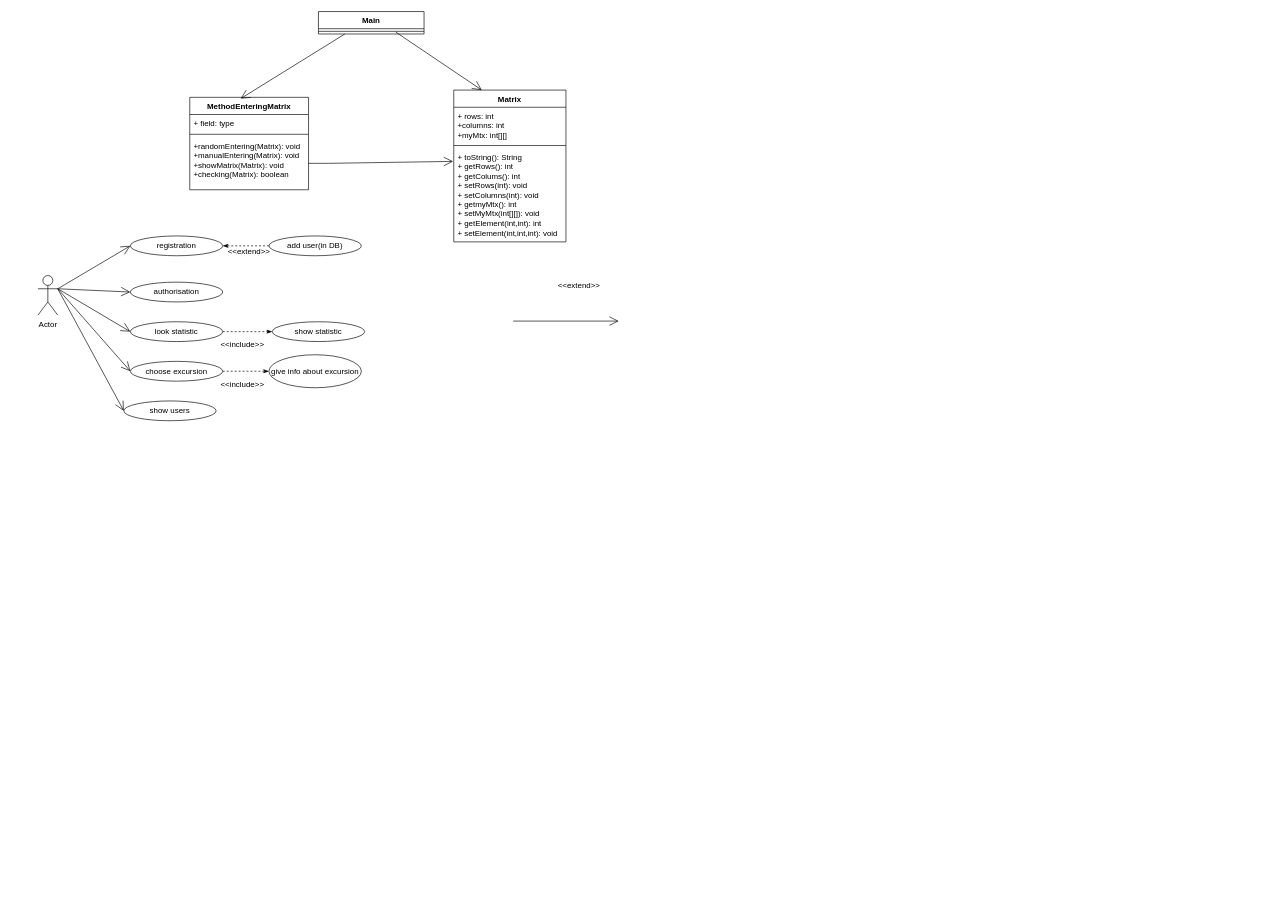
This is Untitled Diagram2.drawio from IraHiltunen/git-demo, a draw.io file, before an edit. Source tidied: cells renumbered, new cells numbered last; positions are measured from the earlier drawing's top-left corner, leaving out a move shared by most shapes. Both pictures are drawn from the tidied source at 66%, with x=0, y=0 at pixel (38, 11).
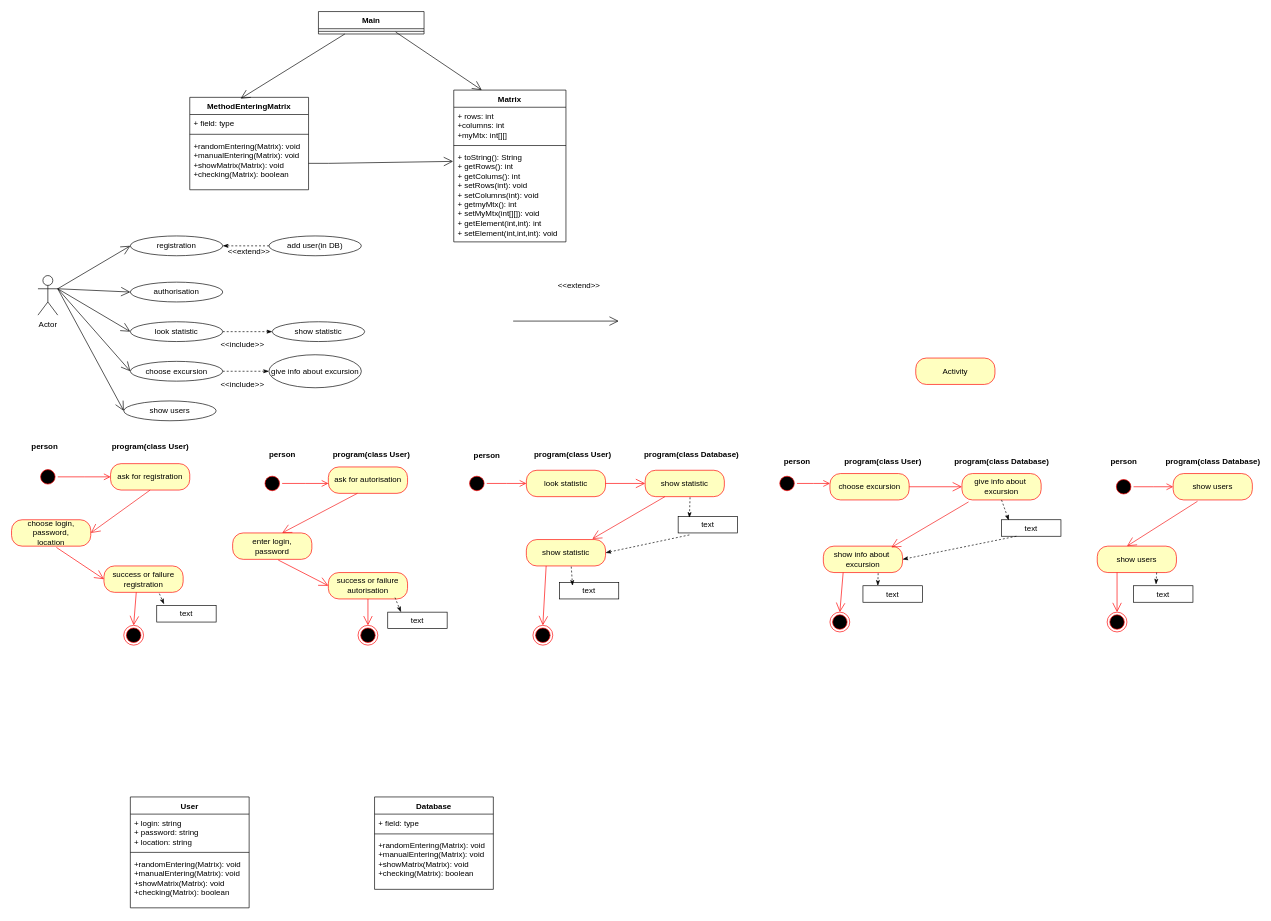
The same diagram, later.

Change to the diagram source:
```diff
@@
+    <mxCell id="37" style="ellipse;html=1;shape=startState;fillColor=#000000;strokeColor=#ff0000;" parent="1" vertex="1">
+      <mxGeometry y="690" width="30" height="30" as="geometry" />
+    </mxCell>
+    <mxCell id="38" value="ask for registration" style="rounded=1;whiteSpace=wrap;html=1;arcSize=40;fontColor=#000000;fillColor=#ffffc0;strokeColor=#ff0000;" parent="1" vertex="1">
+      <mxGeometry x="110" y="685" width="120" height="40" as="geometry" />
+    </mxCell>
+    <mxCell id="39" value="Activity" style="rounded=1;whiteSpace=wrap;html=1;arcSize=40;fontColor=#000000;fillColor=#ffffc0;strokeColor=#ff0000;" parent="1" vertex="1">
+      <mxGeometry x="1330" y="525" width="120" height="40" as="geometry" />
+    </mxCell>
+    <mxCell id="40" style="edgeStyle=orthogonalEdgeStyle;html=1;verticalAlign=bottom;endArrow=open;endSize=8;strokeColor=#ff0000;rounded=0;exitX=1;exitY=0.5;exitDx=0;exitDy=0;entryX=0;entryY=0.5;entryDx=0;entryDy=0;" parent="1" edge="1" source="37" target="38">
+      <mxGeometry relative="1" as="geometry">
+        <Array as="points">
+          <mxPoint x="70" y="705" />
+          <mxPoint x="70" y="705" />
+        </Array>
+      </mxGeometry>
+    </mxCell>
+    <mxCell id="41" value="program(class User)" style="text;align=center;fontStyle=1;verticalAlign=middle;spacingLeft=3;spacingRight=3;strokeColor=none;html=1;" parent="1" vertex="1">
+      <mxGeometry x="130" y="647" width="80" height="26" as="geometry" />
+    </mxCell>
+    <mxCell id="42" value="choose login,&lt;br&gt;password,&lt;br&gt;location" style="rounded=1;whiteSpace=wrap;html=1;arcSize=40;fontColor=#000000;fillColor=#ffffc0;strokeColor=#ff0000;" parent="1" vertex="1">
+      <mxGeometry x="-40" y="770" width="120" height="40" as="geometry" />
+    </mxCell>
+    <mxCell id="43" style="endArrow=open;endFill=1;endSize=12;html=1;rounded=0;exitX=0.5;exitY=1;exitDx=0;exitDy=0;entryX=1;entryY=0.5;entryDx=0;entryDy=0;strokeColor=#f41010;" parent="1" edge="1" source="38" target="42">
+      <mxGeometry relative="1" as="geometry" />
+    </mxCell>
+    <mxCell id="44" value="success or failure&lt;br&gt;registration" style="rounded=1;whiteSpace=wrap;html=1;arcSize=40;fontColor=#000000;fillColor=#ffffc0;strokeColor=#ff0000;" parent="1" vertex="1">
+      <mxGeometry x="100" y="840" width="120" height="40" as="geometry" />
+    </mxCell>
+    <mxCell id="45" style="endArrow=open;endFill=1;endSize=12;html=1;rounded=0;exitX=0.567;exitY=1.05;exitDx=0;exitDy=0;exitPerimeter=0;entryX=0;entryY=0.5;entryDx=0;entryDy=0;strokeColor=#FF0000;" parent="1" edge="1" source="42" target="44">
+      <mxGeometry relative="1" as="geometry" />
+    </mxCell>
+    <mxCell id="46" value="person" style="text;align=center;fontStyle=1;verticalAlign=middle;spacingLeft=3;spacingRight=3;strokeColor=none;html=1;" parent="1" vertex="1">
+      <mxGeometry x="-30" y="647" width="80" height="26" as="geometry" />
+    </mxCell>
+    <mxCell id="47" style="ellipse;html=1;shape=endState;fillColor=#000000;strokeColor=#ff0000;" parent="1" vertex="1">
+      <mxGeometry x="130" y="930" width="30" height="30" as="geometry" />
+    </mxCell>
+    <mxCell id="48" style="endArrow=open;endFill=1;endSize=12;html=1;rounded=0;exitX=0.408;exitY=1;exitDx=0;exitDy=0;exitPerimeter=0;entryX=0.5;entryY=0;entryDx=0;entryDy=0;strokeColor=#FF0000;" parent="1" edge="1" source="44" target="47">
+      <mxGeometry relative="1" as="geometry" />
+    </mxCell>
+    <mxCell id="49" style="ellipse;html=1;shape=startState;fillColor=#000000;strokeColor=#ff0000;" parent="1" vertex="1">
+      <mxGeometry x="340" y="700" width="30" height="30" as="geometry" />
+    </mxCell>
+    <mxCell id="50" style="edgeStyle=orthogonalEdgeStyle;html=1;verticalAlign=bottom;endArrow=open;endSize=8;strokeColor=#ff0000;rounded=0;" parent="1" edge="1" source="49">
+      <mxGeometry relative="1" as="geometry">
+        <mxPoint x="440" y="715" as="targetPoint" />
+      </mxGeometry>
+    </mxCell>
+    <mxCell id="51" value="person" style="text;align=center;fontStyle=1;verticalAlign=middle;spacingLeft=3;spacingRight=3;strokeColor=none;html=1;" parent="1" vertex="1">
+      <mxGeometry x="330" y="659" width="80" height="26" as="geometry" />
+    </mxCell>
+    <mxCell id="52" value="program(class User)" style="text;align=center;fontStyle=1;verticalAlign=middle;spacingLeft=3;spacingRight=3;strokeColor=none;html=1;" parent="1" vertex="1">
+      <mxGeometry x="465" y="659" width="80" height="26" as="geometry" />
+    </mxCell>
+    <mxCell id="53" value="ask for autorisation" style="rounded=1;whiteSpace=wrap;html=1;arcSize=40;fontColor=#000000;fillColor=#ffffc0;strokeColor=#ff0000;" parent="1" vertex="1">
+      <mxGeometry x="440" y="690" width="120" height="40" as="geometry" />
+    </mxCell>
+    <mxCell id="54" value="enter login,&lt;br&gt;password" style="rounded=1;whiteSpace=wrap;html=1;arcSize=40;fontColor=#000000;fillColor=#ffffc0;strokeColor=#ff0000;" parent="1" vertex="1">
+      <mxGeometry x="295" y="790" width="120" height="40" as="geometry" />
+    </mxCell>
+    <mxCell id="55" style="endArrow=open;endFill=1;endSize=12;html=1;rounded=0;exitX=0.367;exitY=1;exitDx=0;exitDy=0;strokeColor=#f41010;exitPerimeter=0;entryX=0.625;entryY=0;entryDx=0;entryDy=0;entryPerimeter=0;" parent="1" edge="1" source="53" target="54">
+      <mxGeometry relative="1" as="geometry" />
+    </mxCell>
+    <mxCell id="56" value="success or failure&lt;br&gt;autorisation" style="rounded=1;whiteSpace=wrap;html=1;arcSize=40;fontColor=#000000;fillColor=#ffffc0;strokeColor=#ff0000;" parent="1" vertex="1">
+      <mxGeometry x="440" y="850" width="120" height="40" as="geometry" />
+    </mxCell>
+    <mxCell id="57" style="endArrow=open;endFill=1;endSize=12;html=1;rounded=0;exitX=0.575;exitY=1.025;exitDx=0;exitDy=0;exitPerimeter=0;entryX=0;entryY=0.5;entryDx=0;entryDy=0;strokeColor=#FF0000;" parent="1" edge="1" source="54" target="56">
+      <mxGeometry relative="1" as="geometry" />
+    </mxCell>
+    <mxCell id="58" style="ellipse;html=1;shape=endState;fillColor=#000000;strokeColor=#ff0000;" parent="1" vertex="1">
+      <mxGeometry x="485" y="930" width="30" height="30" as="geometry" />
+    </mxCell>
+    <mxCell id="59" style="endArrow=open;endFill=1;endSize=12;html=1;rounded=0;exitX=0.5;exitY=1;exitDx=0;exitDy=0;entryX=0.5;entryY=0;entryDx=0;entryDy=0;strokeColor=#FF0000;" parent="1" edge="1" source="56" target="58">
+      <mxGeometry relative="1" as="geometry" />
+    </mxCell>
+    <mxCell id="60" style="ellipse;html=1;shape=startState;fillColor=#000000;strokeColor=#ff0000;" parent="1" vertex="1">
+      <mxGeometry x="650" y="700" width="30" height="30" as="geometry" />
+    </mxCell>
+    <mxCell id="61" style="edgeStyle=orthogonalEdgeStyle;html=1;verticalAlign=bottom;endArrow=open;endSize=8;strokeColor=#ff0000;rounded=0;" parent="1" edge="1" source="60">
+      <mxGeometry relative="1" as="geometry">
+        <mxPoint x="740" y="715" as="targetPoint" />
+      </mxGeometry>
+    </mxCell>
+    <mxCell id="62" value="person" style="text;align=center;fontStyle=1;verticalAlign=middle;spacingLeft=3;spacingRight=3;strokeColor=none;html=1;" parent="1" vertex="1">
+      <mxGeometry x="640" y="660" width="80" height="26" as="geometry" />
+    </mxCell>
+    <mxCell id="63" value="program(class User)" style="text;align=center;fontStyle=1;verticalAlign=middle;spacingLeft=3;spacingRight=3;strokeColor=none;html=1;" parent="1" vertex="1">
+      <mxGeometry x="770" y="659" width="80" height="26" as="geometry" />
+    </mxCell>
+    <mxCell id="64" value="program(class Database)" style="text;align=center;fontStyle=1;verticalAlign=middle;spacingLeft=3;spacingRight=3;strokeColor=none;html=1;" parent="1" vertex="1">
+      <mxGeometry x="950" y="659" width="80" height="26" as="geometry" />
+    </mxCell>
+    <mxCell id="65" value="look statistic" style="rounded=1;whiteSpace=wrap;html=1;arcSize=40;fontColor=#000000;fillColor=#ffffc0;strokeColor=#ff0000;" parent="1" vertex="1">
+      <mxGeometry x="740" y="695" width="120" height="40" as="geometry" />
+    </mxCell>
+    <mxCell id="66" style="endArrow=open;endFill=1;endSize=12;html=1;rounded=0;exitX=1;exitY=0.5;exitDx=0;exitDy=0;strokeColor=#FF0000;" parent="1" edge="1" source="65">
+      <mxGeometry relative="1" as="geometry">
+        <mxPoint x="920" y="715" as="targetPoint" />
+      </mxGeometry>
+    </mxCell>
+    <mxCell id="67" value="show statistic" style="rounded=1;whiteSpace=wrap;html=1;arcSize=40;fontColor=#000000;fillColor=#ffffc0;strokeColor=#ff0000;" parent="1" vertex="1">
+      <mxGeometry x="920" y="695" width="120" height="40" as="geometry" />
+    </mxCell>
+    <mxCell id="68" value="show statistic" style="rounded=1;whiteSpace=wrap;html=1;arcSize=40;fontColor=#000000;fillColor=#ffffc0;strokeColor=#ff0000;" parent="1" vertex="1">
+      <mxGeometry x="740" y="800" width="120" height="40" as="geometry" />
+    </mxCell>
+    <mxCell id="69" style="endArrow=open;endFill=1;endSize=12;html=1;rounded=0;exitX=0.367;exitY=1;exitDx=0;exitDy=0;strokeColor=#f41010;exitPerimeter=0;entryX=0.833;entryY=-0.025;entryDx=0;entryDy=0;entryPerimeter=0;" parent="1" edge="1" target="68">
+      <mxGeometry relative="1" as="geometry">
+        <mxPoint x="950" y="735" as="sourcePoint" />
+      </mxGeometry>
+    </mxCell>
+    <mxCell id="70" value="text" style="html=1;whiteSpace=wrap;" parent="1" vertex="1">
+      <mxGeometry x="970" y="765" width="90" height="25" as="geometry" />
+    </mxCell>
+    <mxCell id="71" style="endArrow=classicThin;html=1;rounded=0;dashed=1;endFill=1;exitX=0.567;exitY=1.025;exitDx=0;exitDy=0;entryX=0.189;entryY=0.08;entryDx=0;entryDy=0;exitPerimeter=0;entryPerimeter=0;" parent="1" edge="1" source="67" target="70">
+      <mxGeometry relative="1" as="geometry" />
+    </mxCell>
+    <mxCell id="72" value="text" style="html=1;whiteSpace=wrap;" parent="1" vertex="1">
+      <mxGeometry x="790" y="865" width="90" height="25" as="geometry" />
+    </mxCell>
+    <mxCell id="73" style="endArrow=classicThin;html=1;rounded=0;dashed=1;endFill=1;exitX=0.567;exitY=1.025;exitDx=0;exitDy=0;exitPerimeter=0;" parent="1" edge="1" source="68">
+      <mxGeometry relative="1" as="geometry">
+        <mxPoint x="810" y="870" as="targetPoint" />
+      </mxGeometry>
+    </mxCell>
+    <mxCell id="74" style="ellipse;html=1;shape=endState;fillColor=#000000;strokeColor=#ff0000;" parent="1" vertex="1">
+      <mxGeometry x="750" y="930" width="30" height="30" as="geometry" />
+    </mxCell>
+    <mxCell id="75" style="endArrow=open;endFill=1;endSize=12;html=1;rounded=0;exitX=0.25;exitY=1;exitDx=0;exitDy=0;entryX=0.5;entryY=0;entryDx=0;entryDy=0;strokeColor=#FF0000;" parent="1" edge="1" source="68" target="74">
+      <mxGeometry relative="1" as="geometry" />
+    </mxCell>
+    <mxCell id="76" value="choose excursion" style="rounded=1;whiteSpace=wrap;html=1;arcSize=40;fontColor=#000000;fillColor=#ffffc0;strokeColor=#ff0000;" parent="1" vertex="1">
+      <mxGeometry x="1200" y="700" width="120" height="40" as="geometry" />
+    </mxCell>
+    <mxCell id="77" style="ellipse;html=1;shape=startState;fillColor=#000000;strokeColor=#ff0000;" parent="1" vertex="1">
+      <mxGeometry x="1120" y="700" width="30" height="30" as="geometry" />
+    </mxCell>
+    <mxCell id="78" style="edgeStyle=orthogonalEdgeStyle;html=1;verticalAlign=bottom;endArrow=open;endSize=8;strokeColor=#ff0000;rounded=0;" parent="1" edge="1" source="77">
+      <mxGeometry relative="1" as="geometry">
+        <mxPoint x="1200" y="715" as="targetPoint" />
+      </mxGeometry>
+    </mxCell>
+    <mxCell id="79" value="person" style="text;align=center;fontStyle=1;verticalAlign=middle;spacingLeft=3;spacingRight=3;strokeColor=none;html=1;" parent="1" vertex="1">
+      <mxGeometry x="1110" y="669" width="80" height="26" as="geometry" />
+    </mxCell>
+    <mxCell id="80" value="program(class User)" style="text;align=center;fontStyle=1;verticalAlign=middle;spacingLeft=3;spacingRight=3;strokeColor=none;html=1;" parent="1" vertex="1">
+      <mxGeometry x="1240" y="669" width="80" height="26" as="geometry" />
+    </mxCell>
+    <mxCell id="81" value="program(class Database)" style="text;align=center;fontStyle=1;verticalAlign=middle;spacingLeft=3;spacingRight=3;strokeColor=none;html=1;" parent="1" vertex="1">
+      <mxGeometry x="1420" y="669" width="80" height="26" as="geometry" />
+    </mxCell>
+    <mxCell id="82" value="give info about&amp;nbsp;&lt;br&gt;excursion" style="rounded=1;whiteSpace=wrap;html=1;arcSize=40;fontColor=#000000;fillColor=#ffffc0;strokeColor=#ff0000;" parent="1" vertex="1">
+      <mxGeometry x="1400" y="700" width="120" height="40" as="geometry" />
+    </mxCell>
+    <mxCell id="83" style="endArrow=open;endFill=1;endSize=12;html=1;rounded=0;exitX=1;exitY=0.5;exitDx=0;exitDy=0;strokeColor=#FF0000;entryX=0;entryY=0.5;entryDx=0;entryDy=0;" parent="1" edge="1" source="76" target="82">
+      <mxGeometry relative="1" as="geometry" />
+    </mxCell>
+    <mxCell id="84" value="text" style="html=1;whiteSpace=wrap;" parent="1" vertex="1">
+      <mxGeometry x="1460" y="770" width="90" height="25" as="geometry" />
+    </mxCell>
+    <mxCell id="85" style="endArrow=classicThin;html=1;rounded=0;dashed=1;endFill=1;exitX=0.5;exitY=1;exitDx=0;exitDy=0;entryX=0.122;entryY=0.04;entryDx=0;entryDy=0;entryPerimeter=0;" parent="1" edge="1" source="82" target="84">
+      <mxGeometry relative="1" as="geometry" />
+    </mxCell>
+    <mxCell id="86" style="endArrow=classicThin;html=1;rounded=0;dashed=1;endFill=1;exitX=0.189;exitY=1.12;exitDx=0;exitDy=0;entryX=1;entryY=0.5;entryDx=0;entryDy=0;exitPerimeter=0;" parent="1" edge="1" source="70" target="68">
+      <mxGeometry relative="1" as="geometry" />
+    </mxCell>
+    <mxCell id="87" style="endArrow=classicThin;html=1;rounded=0;dashed=1;endFill=1;exitX=0.25;exitY=1;exitDx=0;exitDy=0;entryX=1;entryY=0.5;entryDx=0;entryDy=0;" parent="1" edge="1" source="84" target="88">
+      <mxGeometry relative="1" as="geometry" />
+    </mxCell>
+    <mxCell id="88" value="show info about&amp;nbsp;&lt;br&gt;excursion" style="rounded=1;whiteSpace=wrap;html=1;arcSize=40;fontColor=#000000;fillColor=#ffffc0;strokeColor=#ff0000;" parent="1" vertex="1">
+      <mxGeometry x="1190" y="810" width="120" height="40" as="geometry" />
+    </mxCell>
+    <mxCell id="89" style="endArrow=open;endFill=1;endSize=12;html=1;rounded=0;exitX=0.083;exitY=1.075;exitDx=0;exitDy=0;strokeColor=#f41010;exitPerimeter=0;entryX=0.858;entryY=0.05;entryDx=0;entryDy=0;entryPerimeter=0;" parent="1" edge="1" source="82" target="88">
+      <mxGeometry relative="1" as="geometry" />
+    </mxCell>
+    <mxCell id="90" value="text" style="html=1;whiteSpace=wrap;" parent="1" vertex="1">
+      <mxGeometry x="1250" y="870" width="90" height="25" as="geometry" />
+    </mxCell>
+    <mxCell id="91" style="endArrow=classicThin;html=1;rounded=0;dashed=1;endFill=1;exitX=0.692;exitY=1.025;exitDx=0;exitDy=0;entryX=0.25;entryY=0;entryDx=0;entryDy=0;exitPerimeter=0;" parent="1" edge="1" source="88" target="90">
+      <mxGeometry relative="1" as="geometry" />
+    </mxCell>
+    <mxCell id="92" style="ellipse;html=1;shape=endState;fillColor=#000000;strokeColor=#ff0000;" parent="1" vertex="1">
+      <mxGeometry x="1200" y="910" width="30" height="30" as="geometry" />
+    </mxCell>
+    <mxCell id="93" style="endArrow=open;endFill=1;endSize=12;html=1;rounded=0;exitX=0.25;exitY=1;exitDx=0;exitDy=0;entryX=0.5;entryY=0;entryDx=0;entryDy=0;strokeColor=#FF0000;" parent="1" edge="1" source="88" target="92">
+      <mxGeometry relative="1" as="geometry" />
+    </mxCell>
+    <mxCell id="94" style="ellipse;html=1;shape=startState;fillColor=#000000;strokeColor=#ff0000;" parent="1" vertex="1">
+      <mxGeometry x="1630" y="705" width="30" height="30" as="geometry" />
+    </mxCell>
+    <mxCell id="95" style="edgeStyle=orthogonalEdgeStyle;html=1;verticalAlign=bottom;endArrow=open;endSize=8;strokeColor=#ff0000;rounded=0;" parent="1" edge="1" source="94">
+      <mxGeometry relative="1" as="geometry">
+        <mxPoint x="1720" y="720" as="targetPoint" />
+      </mxGeometry>
+    </mxCell>
+    <mxCell id="96" value="person" style="text;align=center;fontStyle=1;verticalAlign=middle;spacingLeft=3;spacingRight=3;strokeColor=none;html=1;" parent="1" vertex="1">
+      <mxGeometry x="1605" y="669" width="80" height="26" as="geometry" />
+    </mxCell>
+    <mxCell id="97" value="show users" style="rounded=1;whiteSpace=wrap;html=1;arcSize=40;fontColor=#000000;fillColor=#ffffc0;strokeColor=#ff0000;" parent="1" vertex="1">
+      <mxGeometry x="1720" y="700" width="120" height="40" as="geometry" />
+    </mxCell>
+    <mxCell id="98" value="program(class Database)" style="text;align=center;fontStyle=1;verticalAlign=middle;spacingLeft=3;spacingRight=3;strokeColor=none;html=1;" parent="1" vertex="1">
+      <mxGeometry x="1740" y="669" width="80" height="26" as="geometry" />
+    </mxCell>
+    <mxCell id="99" value="show users" style="rounded=1;whiteSpace=wrap;html=1;arcSize=40;fontColor=#000000;fillColor=#ffffc0;strokeColor=#ff0000;" parent="1" vertex="1">
+      <mxGeometry x="1605" y="810" width="120" height="40" as="geometry" />
+    </mxCell>
+    <mxCell id="100" style="endArrow=open;endFill=1;endSize=12;html=1;rounded=0;strokeColor=#f41010;exitX=0.308;exitY=1.05;exitDx=0;exitDy=0;exitPerimeter=0;" parent="1" edge="1" source="97">
+      <mxGeometry relative="1" as="geometry">
+        <mxPoint x="1650" y="810" as="targetPoint" />
+      </mxGeometry>
+    </mxCell>
+    <mxCell id="101" value="text" style="html=1;whiteSpace=wrap;" parent="1" vertex="1">
+      <mxGeometry x="1660" y="870" width="90" height="25" as="geometry" />
+    </mxCell>
+    <mxCell id="102" style="endArrow=classicThin;html=1;rounded=0;dashed=1;endFill=1;exitX=0.75;exitY=1;exitDx=0;exitDy=0;entryX=0.378;entryY=-0.08;entryDx=0;entryDy=0;entryPerimeter=0;" parent="1" edge="1" source="99" target="101">
+      <mxGeometry relative="1" as="geometry" />
+    </mxCell>
+    <mxCell id="103" style="ellipse;html=1;shape=endState;fillColor=#000000;strokeColor=#ff0000;" parent="1" vertex="1">
+      <mxGeometry x="1620" y="910" width="30" height="30" as="geometry" />
+    </mxCell>
+    <mxCell id="104" style="endArrow=open;endFill=1;endSize=12;html=1;rounded=0;exitX=0.25;exitY=1;exitDx=0;exitDy=0;entryX=0.5;entryY=0;entryDx=0;entryDy=0;strokeColor=#FF0000;" parent="1" edge="1" source="99" target="103">
+      <mxGeometry relative="1" as="geometry" />
+    </mxCell>
+    <mxCell id="105" value="text" style="html=1;whiteSpace=wrap;" parent="1" vertex="1">
+      <mxGeometry x="180" y="900" width="90" height="25" as="geometry" />
+    </mxCell>
+    <mxCell id="106" style="endArrow=classicThin;html=1;rounded=0;dashed=1;endFill=1;exitX=0.7;exitY=1.05;exitDx=0;exitDy=0;exitPerimeter=0;entryX=0.122;entryY=-0.08;entryDx=0;entryDy=0;entryPerimeter=0;" parent="1" edge="1" source="44" target="105">
+      <mxGeometry relative="1" as="geometry" />
+    </mxCell>
+    <mxCell id="107" style="endArrow=classicThin;html=1;rounded=0;dashed=1;endFill=1;exitX=0.842;exitY=0.95;exitDx=0;exitDy=0;exitPerimeter=0;" parent="1" edge="1" source="56">
+      <mxGeometry relative="1" as="geometry">
+        <mxPoint x="550" y="910" as="targetPoint" />
+      </mxGeometry>
+    </mxCell>
+    <mxCell id="108" value="text" style="html=1;whiteSpace=wrap;" parent="1" vertex="1">
+      <mxGeometry x="530" y="910" width="90" height="25" as="geometry" />
+    </mxCell>
+    <mxCell id="109" value="User" style="swimlane;fontStyle=1;align=center;verticalAlign=top;horizontal=1;startSize=26;whiteSpace=wrap;html=1;" parent="1" vertex="1">
+      <mxGeometry x="140" y="1190" width="180" height="168" as="geometry" />
+    </mxCell>
+    <mxCell id="110" value="+ login: string&lt;br&gt;+ password: string&lt;br&gt;+ location: string" style="text;strokeColor=none;fillColor=none;align=left;verticalAlign=top;spacingLeft=4;spacingRight=4;overflow=hidden;whiteSpace=wrap;html=1;" parent="109" vertex="1">
+      <mxGeometry y="26" width="180" height="54" as="geometry" />
+    </mxCell>
+    <mxCell id="111" style="line;strokeWidth=1;fillColor=none;align=left;verticalAlign=middle;spacingTop=-1;spacingLeft=3;spacingRight=3;labelPosition=right;strokeColor=inherit;" parent="109" vertex="1">
+      <mxGeometry y="80" width="180" height="8" as="geometry" />
+    </mxCell>
+    <mxCell id="112" value="+randomEntering(Matrix): void&lt;br&gt;+manualEntering(Matrix): void&lt;br&gt;&lt;span style=&quot;background-color: initial;&quot;&gt;+showMatrix(Matrix): void&lt;br&gt;+checking(Matrix): boolean&lt;br&gt;&lt;/span&gt;" style="text;strokeColor=none;fillColor=none;align=left;verticalAlign=top;spacingLeft=4;spacingRight=4;overflow=hidden;whiteSpace=wrap;html=1;" parent="109" vertex="1">
+      <mxGeometry y="88" width="180" height="80" as="geometry" />
+    </mxCell>
+    <mxCell id="113" value="Database" style="swimlane;fontStyle=1;align=center;verticalAlign=top;horizontal=1;startSize=26;whiteSpace=wrap;html=1;" parent="1" vertex="1">
+      <mxGeometry x="510" y="1190" width="180" height="140" as="geometry" />
+    </mxCell>
+    <mxCell id="114" value="+ field: type" style="text;strokeColor=none;fillColor=none;align=left;verticalAlign=top;spacingLeft=4;spacingRight=4;overflow=hidden;whiteSpace=wrap;html=1;" parent="113" vertex="1">
+      <mxGeometry y="26" width="180" height="26" as="geometry" />
+    </mxCell>
+    <mxCell id="115" style="line;strokeWidth=1;fillColor=none;align=left;verticalAlign=middle;spacingTop=-1;spacingLeft=3;spacingRight=3;labelPosition=right;strokeColor=inherit;" parent="113" vertex="1">
+      <mxGeometry y="52" width="180" height="8" as="geometry" />
+    </mxCell>
+    <mxCell id="116" value="+randomEntering(Matrix): void&lt;br&gt;+manualEntering(Matrix): void&lt;br&gt;&lt;span style=&quot;background-color: initial;&quot;&gt;+showMatrix(Matrix): void&lt;br&gt;+checking(Matrix): boolean&lt;br&gt;&lt;/span&gt;" style="text;strokeColor=none;fillColor=none;align=left;verticalAlign=top;spacingLeft=4;spacingRight=4;overflow=hidden;whiteSpace=wrap;html=1;" parent="113" vertex="1">
+      <mxGeometry y="60" width="180" height="80" as="geometry" />
+    </mxCell>
```
